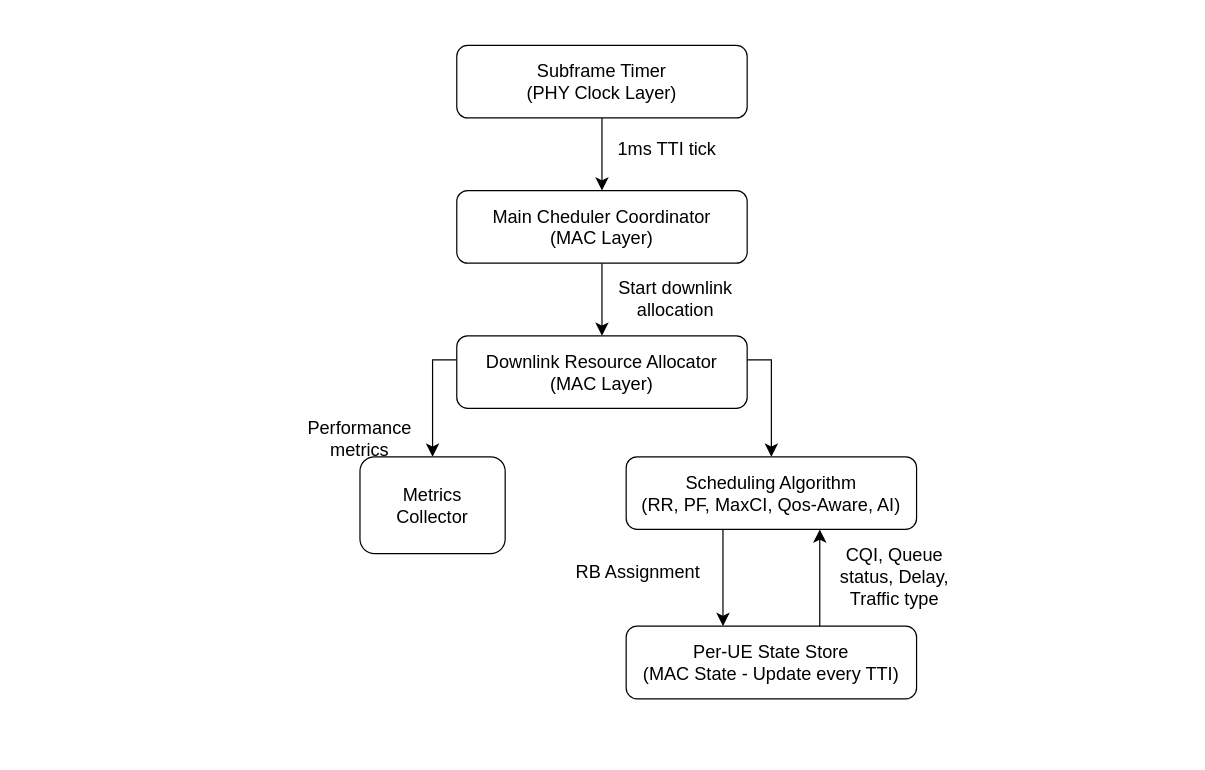
The draw.io diagram OAI-Flow.drawio in Graduation-Project-VHT/Diagrams, before the edit. Source tidied: cells renumbered, new cells numbered last; positions are measured from the earlier drawing's top-left corner, leaving out a move shared by most shapes. Both pictures are drawn from the tidied source at 121%, with x=0, y=0 at pixel (287, 45).
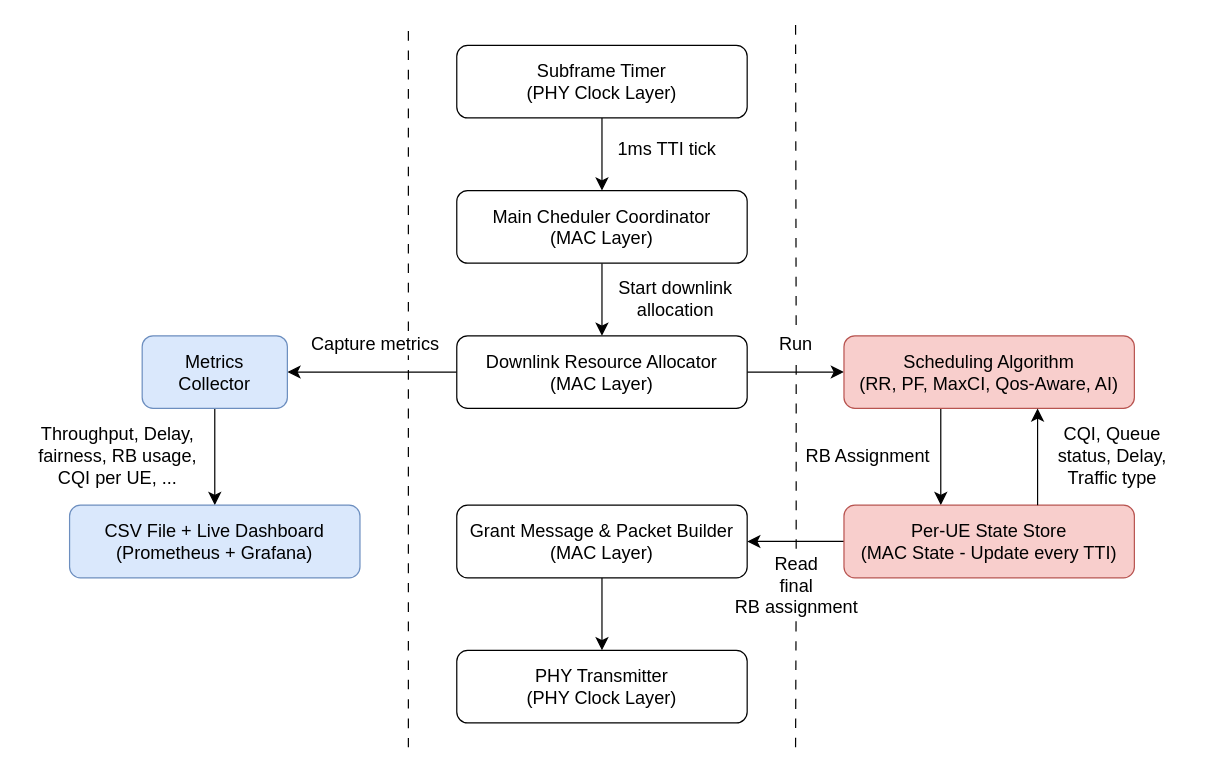
The same diagram, later.

The change refers to these unchanged cells:
```xml
<mxCell id="9" value="Downlink Resource Allocator&lt;br&gt;(MAC Layer)" style="rounded=1;whiteSpace=wrap;html=1;fontSize=15;" parent="1" vertex="1">
  <mxGeometry x="140" y="240" width="240" height="60" as="geometry" />
</mxCell>
```

Diff of the diagram source:
```diff
@@
+    <mxCell id="8" style="edgeStyle=none;curved=1;rounded=0;jettySize=auto;html=1;fontSize=12;startSize=8;endSize=8;" parent="1" edge="1" source="9" target="13">
+      <mxGeometry relative="1" as="geometry" />
+    </mxCell>
-    <mxCell id="7" style="edgeStyle=orthogonalEdgeStyle;rounded=0;jettySize=auto;html=1;entryX=0.5;entryY=0;entryDx=0;entryDy=0;fontSize=12;startSize=8;endSize=8;" parent="1" edge="1" source="9" target="11">
-      <mxGeometry relative="1" as="geometry">
-        <Array as="points">
-          <mxPoint x="120" y="260" />
-        </Array>
-      </mxGeometry>
+    <mxCell id="7" style="edgeStyle=none;curved=1;rounded=0;jettySize=auto;html=1;fontSize=12;startSize=8;endSize=8;" parent="1" edge="1" source="9" target="11">
+      <mxGeometry relative="1" as="geometry" />
     </mxCell>
-    <mxCell id="8" style="edgeStyle=orthogonalEdgeStyle;rounded=0;jettySize=auto;html=1;entryX=0.5;entryY=0;entryDx=0;entryDy=0;fontSize=12;startSize=8;endSize=8;" parent="1" edge="1" source="9" target="13">
-      <mxGeometry relative="1" as="geometry">
-        <Array as="points">
-          <mxPoint x="400" y="260" />
-        </Array>
-      </mxGeometry>
-    </mxCell>
@@
+    <mxCell id="19" style="edgeStyle=none;curved=1;rounded=0;jettySize=auto;html=1;entryX=0.5;entryY=0;entryDx=0;entryDy=0;fontSize=12;startSize=8;endSize=8;" parent="1" edge="1" source="11" target="24">
+      <mxGeometry relative="1" as="geometry" />
+    </mxCell>
-    <mxCell id="11" value="Metrics&lt;div&gt;Collector&lt;/div&gt;" style="rounded=1;whiteSpace=wrap;html=1;fontSize=15;" parent="1" vertex="1">
-      <mxGeometry x="60" y="340" width="120" height="80" as="geometry" />
+    <mxCell id="11" value="Metrics&lt;div&gt;Collector&lt;/div&gt;" style="rounded=1;whiteSpace=wrap;html=1;fontSize=15;fillColor=#dae8fc;strokeColor=#6c8ebf;" parent="1" vertex="1">
+      <mxGeometry x="-120" y="240" width="120" height="60" as="geometry" />
     </mxCell>
     <mxCell id="12" style="edgeStyle=none;curved=1;rounded=0;orthogonalLoop=1;jettySize=auto;html=1;fontSize=12;startSize=8;endSize=8;" parent="1" edge="1">
       <mxGeometry relative="1" as="geometry">
-        <mxPoint x="360" y="400" as="sourcePoint" />
-        <mxPoint x="360" y="480" as="targetPoint" />
+        <mxPoint x="540" y="300" as="sourcePoint" />
+        <mxPoint x="540" y="380" as="targetPoint" />
       </mxGeometry>
     </mxCell>
-    <mxCell id="13" value="Scheduling Algorithm&lt;div&gt;(RR, PF, MaxCI, Qos-Aware, AI)&lt;/div&gt;" style="rounded=1;whiteSpace=wrap;html=1;fontSize=15;" parent="1" vertex="1">
-      <mxGeometry x="280" y="340" width="240" height="60" as="geometry" />
+    <mxCell id="13" value="Scheduling Algorithm&lt;div&gt;(RR, PF, MaxCI, Qos-Aware, AI)&lt;/div&gt;" style="rounded=1;whiteSpace=wrap;html=1;fontSize=15;fillColor=#f8cecc;strokeColor=#b85450;" parent="1" vertex="1">
+      <mxGeometry x="460" y="240" width="240" height="60" as="geometry" />
     </mxCell>
-    <mxCell id="14" value="Performance&lt;div&gt;metrics&lt;/div&gt;" style="text;html=1;whiteSpace=wrap;strokeColor=none;fillColor=none;align=center;verticalAlign=middle;rounded=0;fontSize=15;" parent="1" vertex="1">
-      <mxGeometry y="310" width="120" height="30" as="geometry" />
-    </mxCell>
+    <mxCell id="20" style="edgeStyle=none;curved=1;rounded=0;jettySize=auto;html=1;fontSize=12;startSize=8;endSize=8;" parent="1" edge="1" source="15" target="22">
+      <mxGeometry relative="1" as="geometry" />
+    </mxCell>
-    <mxCell id="15" value="Per-UE State Store&lt;div&gt;(MAC State - Update every TTI)&lt;/div&gt;" style="rounded=1;whiteSpace=wrap;html=1;fontSize=15;" parent="1" vertex="1">
-      <mxGeometry x="280" y="480" width="240" height="60" as="geometry" />
+    <mxCell id="15" value="Per-UE State Store&lt;div&gt;(MAC State - Update every TTI)&lt;/div&gt;" style="rounded=1;whiteSpace=wrap;html=1;fontSize=15;fillColor=#f8cecc;strokeColor=#b85450;" parent="1" vertex="1">
+      <mxGeometry x="460" y="380" width="240" height="60" as="geometry" />
     </mxCell>
     <mxCell id="16" style="edgeStyle=none;curved=1;rounded=0;orthogonalLoop=1;jettySize=auto;html=1;fontSize=12;startSize=8;endSize=8;startArrow=classic;startFill=1;endArrow=none;endFill=0;" parent="1" edge="1">
       <mxGeometry relative="1" as="geometry">
-        <mxPoint x="440" y="400" as="sourcePoint" />
-        <mxPoint x="440" y="480" as="targetPoint" />
+        <mxPoint x="620" y="300" as="sourcePoint" />
+        <mxPoint x="620" y="380" as="targetPoint" />
       </mxGeometry>
     </mxCell>
     <mxCell id="17" value="RB Assignment" style="text;html=1;whiteSpace=wrap;strokeColor=none;fillColor=none;align=center;verticalAlign=middle;rounded=0;fontSize=15;" parent="1" vertex="1">
-      <mxGeometry x="230" y="420" width="120" height="30" as="geometry" />
+      <mxGeometry x="420" y="324" width="120" height="30" as="geometry" />
     </mxCell>
     <mxCell id="18" value="CQI, Queue status, Delay, Traffic type" style="text;html=1;whiteSpace=wrap;strokeColor=none;fillColor=none;align=center;verticalAlign=middle;rounded=0;fontSize=15;" parent="1" vertex="1">
-      <mxGeometry x="442" y="424" width="120" height="30" as="geometry" />
+      <mxGeometry x="622" y="324" width="120" height="30" as="geometry" />
     </mxCell>
+    <mxCell id="21" style="edgeStyle=none;curved=1;rounded=0;jettySize=auto;html=1;fontSize=12;startSize=8;endSize=8;" parent="1" edge="1" source="22" target="23">
+      <mxGeometry relative="1" as="geometry" />
+    </mxCell>
+    <mxCell id="22" value="Grant Message &amp;amp; Packet Builder&lt;br&gt;(MAC Layer)" style="rounded=1;whiteSpace=wrap;html=1;fontSize=15;" parent="1" vertex="1">
+      <mxGeometry x="140" y="380" width="240" height="60" as="geometry" />
+    </mxCell>
+    <mxCell id="23" value="PHY Transmitter&lt;div&gt;(PHY Clock Layer)&lt;/div&gt;" style="rounded=1;whiteSpace=wrap;html=1;fontSize=15;" parent="1" vertex="1">
+      <mxGeometry x="140" y="500" width="240" height="60" as="geometry" />
+    </mxCell>
+    <mxCell id="24" value="CSV File + Live Dashboard&lt;br&gt;(Prometheus + Grafana)" style="rounded=1;whiteSpace=wrap;html=1;fontSize=15;fillColor=#dae8fc;strokeColor=#6c8ebf;" parent="1" vertex="1">
+      <mxGeometry x="-180" y="380" width="240" height="60" as="geometry" />
+    </mxCell>
+    <mxCell id="25" value="Throughput, Delay, fairness, RB usage, CQI per UE, ..." style="text;html=1;whiteSpace=wrap;strokeColor=none;fillColor=none;align=center;verticalAlign=middle;rounded=0;fontSize=15;" parent="1" vertex="1">
+      <mxGeometry x="-220" y="324" width="160" height="30" as="geometry" />
+    </mxCell>
+    <mxCell id="26" style="endArrow=none;dashed=1;html=1;rounded=0;fontSize=12;startSize=8;endSize=8;curved=1;dashPattern=8 8;" parent="1" edge="1" source="14">
+      <mxGeometry relative="1" as="geometry">
+        <mxPoint x="100" y="-20" as="targetPoint" />
+      </mxGeometry>
+    </mxCell>
+    <mxCell id="27" style="endArrow=none;dashed=1;html=1;rounded=0;fontSize=12;startSize=8;endSize=8;curved=1;dashPattern=8 8;" parent="1" edge="1" source="31">
+      <mxGeometry relative="1" as="geometry">
+        <mxPoint x="420" y="-20" as="targetPoint" />
+      </mxGeometry>
+    </mxCell>
+    <mxCell id="28" style="endArrow=none;dashed=1;html=1;rounded=0;fontSize=12;startSize=8;endSize=8;curved=1;dashPattern=8 8;" parent="1" edge="1" target="29">
+      <mxGeometry relative="1" as="geometry">
+        <mxPoint x="420" y="580" as="sourcePoint" />
+      </mxGeometry>
+    </mxCell>
+    <mxCell id="29" value="Read&lt;div&gt;final&lt;/div&gt;&lt;div&gt;RB assignment&lt;/div&gt;" style="text;html=1;whiteSpace=wrap;strokeColor=none;fillColor=none;align=center;verticalAlign=middle;rounded=0;fontSize=15;" parent="1" vertex="1">
+      <mxGeometry x="360.5" y="416" width="120" height="60" as="geometry" />
+    </mxCell>
+    <mxCell id="30" style="endArrow=none;dashed=1;html=1;rounded=0;fontSize=12;startSize=8;endSize=8;curved=1;dashPattern=8 8;" parent="1" edge="1" source="29" target="31">
+      <mxGeometry relative="1" as="geometry" />
+    </mxCell>
+    <mxCell id="31" value="Run" style="text;html=1;whiteSpace=wrap;strokeColor=none;fillColor=none;align=center;verticalAlign=middle;rounded=0;fontSize=15;" parent="1" vertex="1">
+      <mxGeometry x="383" y="231" width="75" height="30" as="geometry" />
+    </mxCell>
+    <mxCell id="32" style="endArrow=none;dashed=1;html=1;rounded=0;fontSize=12;startSize=8;endSize=8;curved=1;dashPattern=8 8;" parent="1" edge="1" target="14">
+      <mxGeometry relative="1" as="geometry">
+        <mxPoint x="100" y="580" as="sourcePoint" />
+      </mxGeometry>
+    </mxCell>
+    <mxCell id="14" value="Capture&amp;nbsp;&lt;span style=&quot;background-color: transparent; color: light-dark(rgb(0, 0, 0), rgb(255, 255, 255));&quot;&gt;metrics&amp;nbsp; &amp;nbsp; &amp;nbsp; &amp;nbsp; &amp;nbsp; &amp;nbsp; &amp;nbsp;&lt;/span&gt;" style="text;html=1;whiteSpace=wrap;strokeColor=none;fillColor=none;align=center;verticalAlign=middle;rounded=0;fontSize=15;" parent="1" vertex="1">
+      <mxGeometry x="10" y="236" width="180" height="20" as="geometry" />
+    </mxCell>
```
